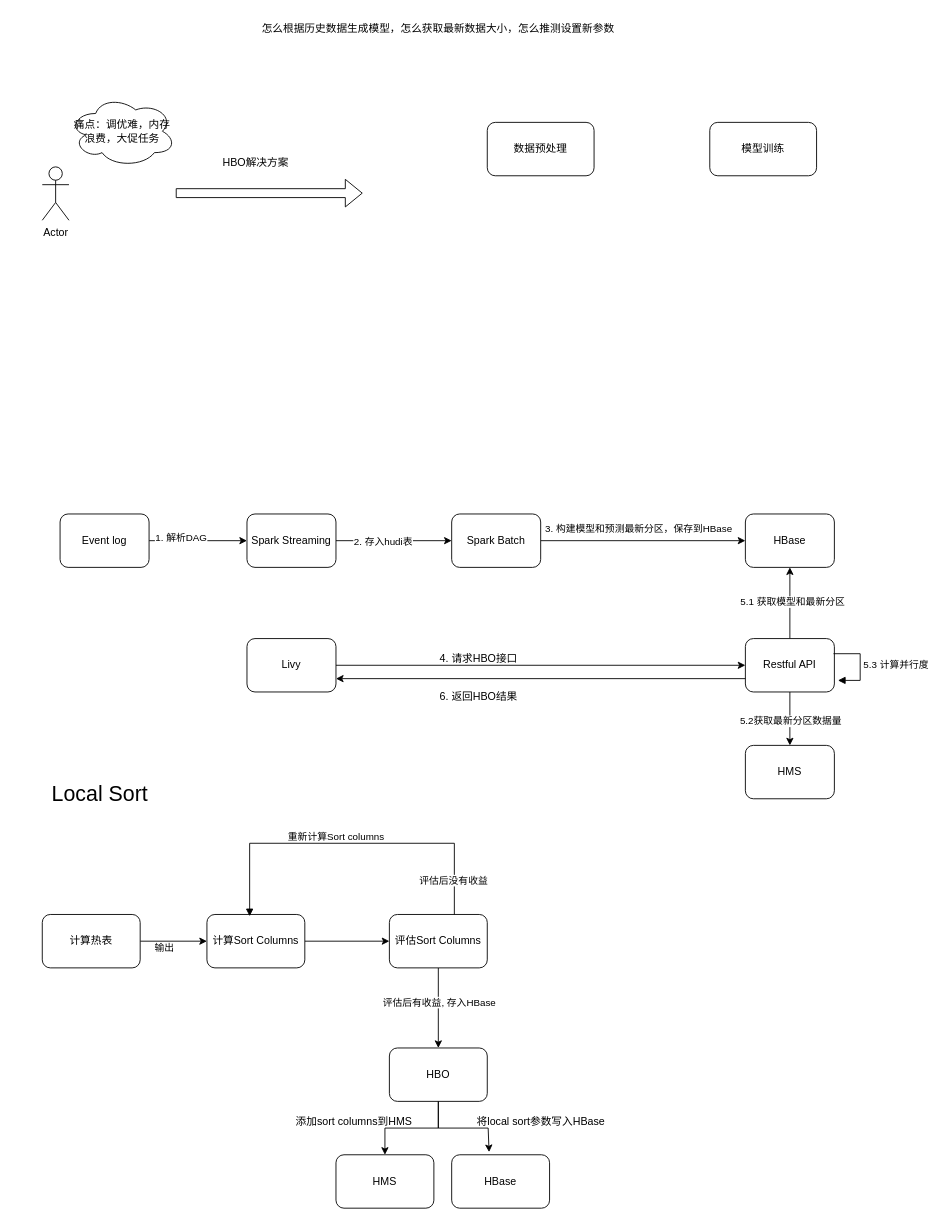
Before: page "HBO" (10 of 11) of Spark.drawio in huangxiaopingRD/diagrams, a draw.io diagram. Source tidied: cells renumbered, new cells numbered last; positions are measured from the earlier drawing's top-left corner, leaving out a move shared by most shapes. Both pictures are drawn from the tidied source at 89%, with x=0, y=0 at pixel (15, 15).
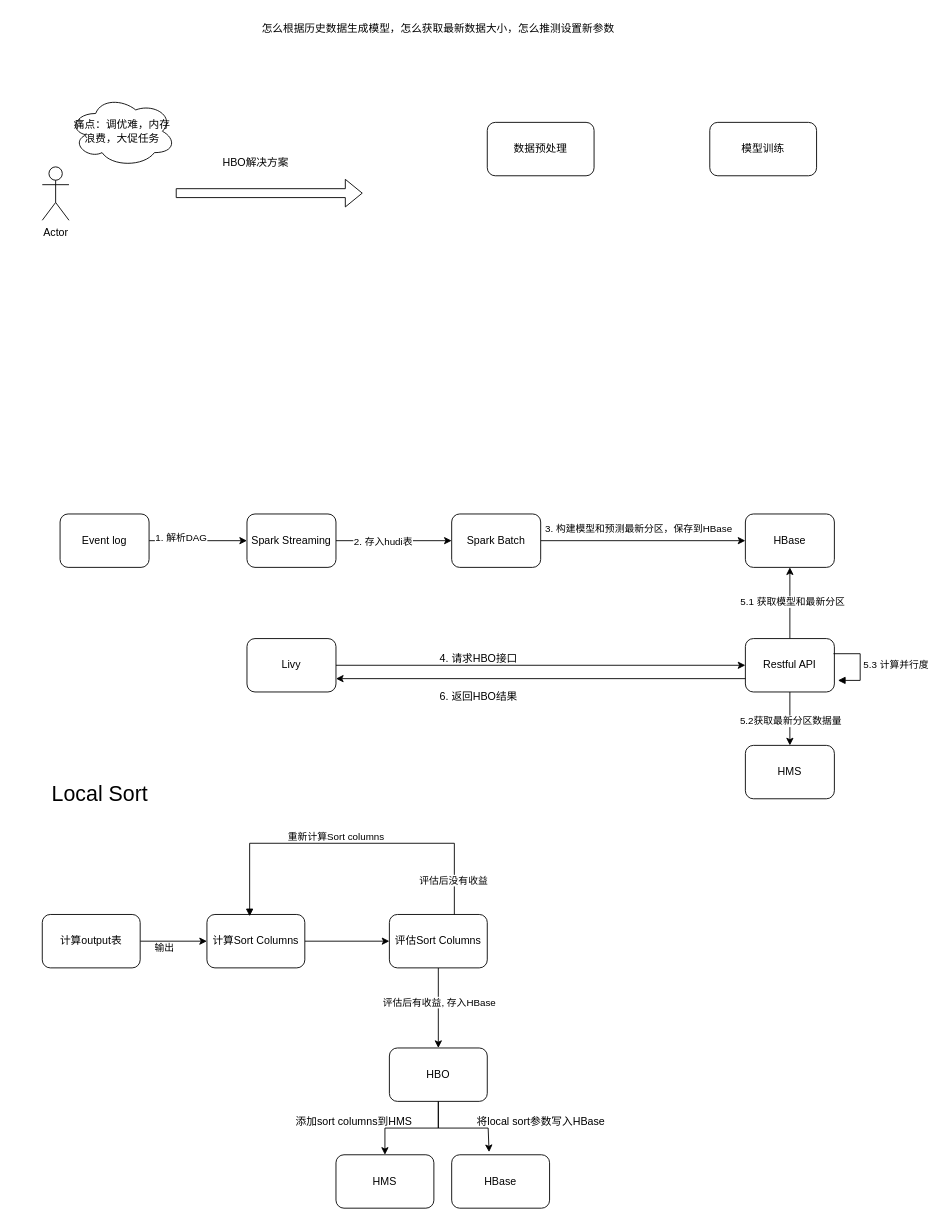
The same diagram, later.

Change to the diagram source:
```diff
@@
-    <mxCell id="34" value="计算热表" style="rounded=1;whiteSpace=wrap;html=1;" parent="1" vertex="1">
+    <mxCell id="34" value="计算output表" style="rounded=1;whiteSpace=wrap;html=1;" parent="1" vertex="1">
       <mxGeometry x="30" y="1010" width="110" height="60" as="geometry" />
     </mxCell>
```
